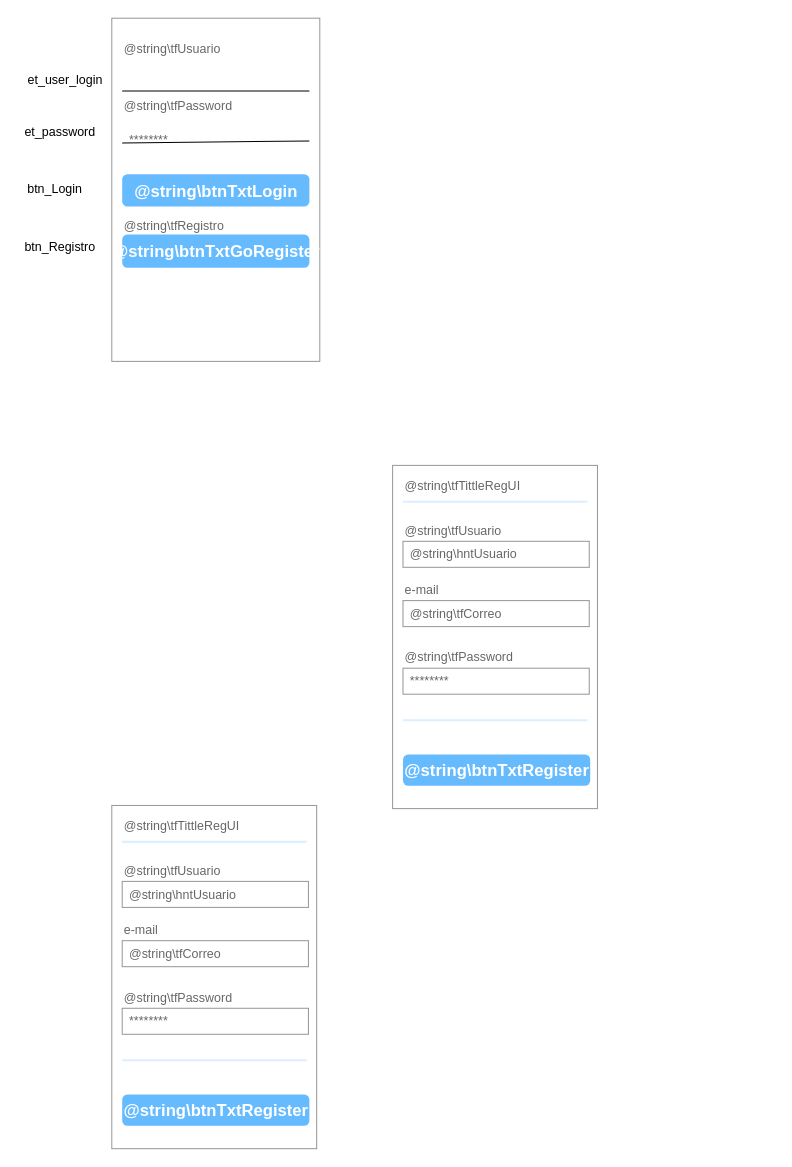
Before: mockups_lab_2.drawio in maxdose/LabsCM20201-Gr01-LAB2, a draw.io diagram. Source tidied: cells renumbered, new cells numbered last; positions are measured from the earlier drawing's top-left corner, leaving out a move shared by most shapes. Both pictures are drawn from the tidied source at 104%, with x=0, y=0 at pixel (18, 18).
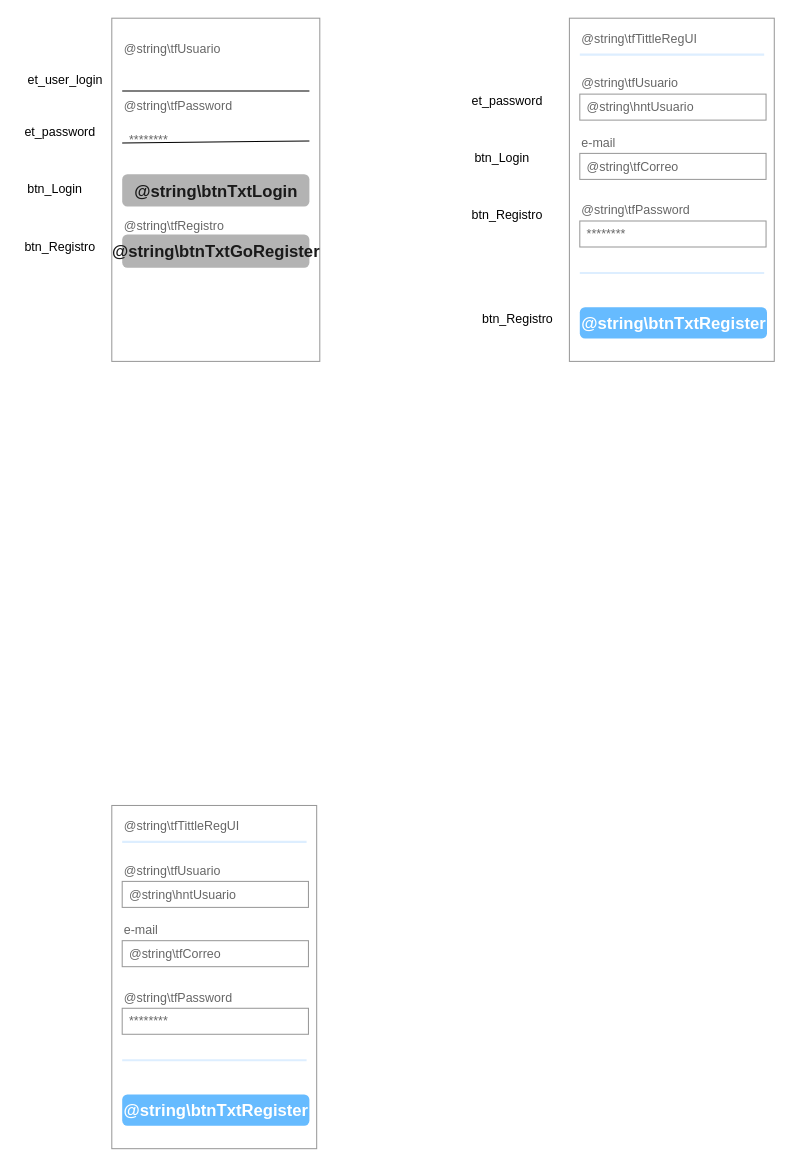
The same page after the edit.

The change refers to these unchanged cells:
```xml
<mxCell id="2" style="strokeWidth=1;shadow=0;dashed=0;align=center;html=1;shape=mxgraph.mockup.forms.rrect;rSize=0;strokeColor=#999999;fillColor=#ffffff;" parent="1" vertex="1">
  <mxGeometry x="90" width="200" height="330" as="geometry" />
</mxCell>
```

Diff of the diagram source:
```diff
@@
-    <mxCell id="8" value="@string\btnTxtLogin" style="strokeWidth=1;shadow=0;dashed=0;align=center;html=1;shape=mxgraph.mockup.forms.rrect;rSize=5;strokeColor=none;fontColor=#ffffff;fillColor=#66bbff;fontSize=16;fontStyle=1;" parent="2" vertex="1">
+    <mxCell id="8" value="@string\btnTxtLogin" style="strokeWidth=1;shadow=0;dashed=0;align=center;html=1;shape=mxgraph.mockup.forms.rrect;rSize=5;strokeColor=none;fontSize=16;fontStyle=1;fillColor=#B3B3B3;fontColor=#1A1A1A;" parent="2" vertex="1">
       <mxGeometry y="1" width="180" height="31" relative="1" as="geometry">
         <mxPoint x="10" y="-180" as="offset" />
       </mxGeometry>
     </mxCell>
@@
-    <mxCell id="11" value="@string\btnTxtGoRegister" style="strokeWidth=1;shadow=0;dashed=0;align=center;html=1;shape=mxgraph.mockup.forms.rrect;rSize=5;strokeColor=none;fontColor=#ffffff;fillColor=#66bbff;fontSize=16;fontStyle=1;" parent="2" vertex="1">
+    <mxCell id="11" value="@string\btnTxtGoRegister" style="strokeWidth=1;shadow=0;dashed=0;align=center;html=1;shape=mxgraph.mockup.forms.rrect;rSize=5;strokeColor=none;fontSize=16;fontStyle=1;fillColor=#B3B3B3;fontColor=#1A1A1A;" parent="2" vertex="1">
       <mxGeometry y="1" width="180" height="32" relative="1" as="geometry">
         <mxPoint x="10" y="-122" as="offset" />
       </mxGeometry>
     </mxCell>
@@
     <mxCell id="14" style="strokeWidth=1;shadow=0;dashed=0;align=center;html=1;shape=mxgraph.mockup.forms.rrect;rSize=0;strokeColor=#999999;fillColor=#ffffff;" parent="1" vertex="1">
-      <mxGeometry x="360" y="430" width="197" height="330" as="geometry" />
+      <mxGeometry x="530" width="197" height="330" as="geometry" />
     </mxCell>
@@
+    <mxCell id="42" value="et_password" style="text;html=1;align=center;verticalAlign=middle;" parent="1" vertex="1">
+      <mxGeometry x="430" y="70" width="80" height="20" as="geometry" />
+    </mxCell>
+    <mxCell id="43" value="btn_Login" style="text;html=1;align=center;verticalAlign=middle;" parent="1" vertex="1">
+      <mxGeometry x="430" y="125" width="70" height="20" as="geometry" />
+    </mxCell>
+    <mxCell id="44" value="btn_Registro" style="text;html=1;align=center;verticalAlign=middle;" parent="1" vertex="1">
+      <mxGeometry x="430" y="180" width="80" height="20" as="geometry" />
+    </mxCell>
+    <mxCell id="45" value="btn_Registro" style="text;html=1;align=center;verticalAlign=middle;" parent="1" vertex="1">
+      <mxGeometry x="440" y="280" width="80" height="20" as="geometry" />
+    </mxCell>
```
